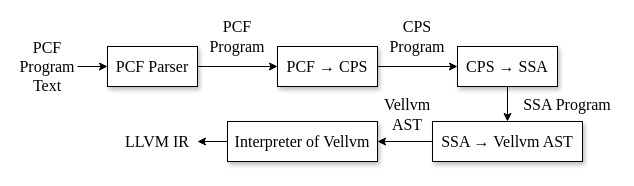
The draw.io diagram tase23/overview.drawio in ABigDoge/MyDiagrams, before the edit. Source tidied: cells renumbered, new cells numbered last; positions are measured from the earlier drawing's top-left corner, leaving out a move shared by most shapes. Both pictures are drawn from the tidied source at 100%, with x=0, y=0 at pixel (17, 21).
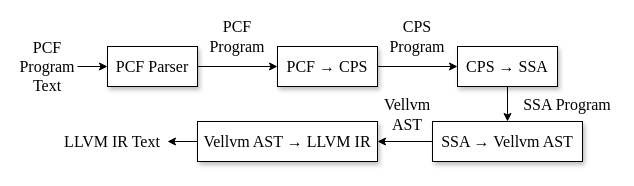
The same page after the edit.

Change to the diagram source:
```diff
@@
 <mxGraphModel>
   <root>
     <mxCell id="0" />
     <mxCell id="1" parent="0" />
     <mxCell id="2" style="edgeStyle=orthogonalEdgeStyle;rounded=0;jettySize=auto;html=1;fontFamily=Times New Roman;fontSize=16;fontColor=#000000;" parent="1" edge="1" source="3" target="5">
       <mxGeometry relative="1" as="geometry" />
     </mxCell>
     <mxCell id="3" value="PCF Parser" style="rounded=0;whiteSpace=wrap;html=1;labelBackgroundColor=#ffffff;fontFamily=Times New Roman;fontSize=16;fontColor=#000000;shadow=1;" parent="1" vertex="1">
       <mxGeometry x="90" y="25" width="90" height="40" as="geometry" />
     </mxCell>
     <mxCell id="4" style="edgeStyle=orthogonalEdgeStyle;rounded=0;jettySize=auto;html=1;fontFamily=Times New Roman;fontSize=16;fontColor=#000000;" parent="1" edge="1" source="5" target="7">
       <mxGeometry relative="1" as="geometry" />
     </mxCell>
     <mxCell id="5" value="PCF&amp;nbsp;→ CPS" style="rounded=0;whiteSpace=wrap;html=1;labelBackgroundColor=#ffffff;fontFamily=Times New Roman;fontSize=16;fontColor=#000000;shadow=1;" parent="1" vertex="1">
       <mxGeometry x="260" y="25" width="100" height="40" as="geometry" />
     </mxCell>
     <mxCell id="6" style="edgeStyle=orthogonalEdgeStyle;rounded=0;jettySize=auto;html=1;fontFamily=Times New Roman;fontSize=16;fontColor=#000000;" parent="1" edge="1" source="7" target="9">
       <mxGeometry relative="1" as="geometry" />
     </mxCell>
     <mxCell id="7" value="CPS → SSA" style="rounded=0;whiteSpace=wrap;html=1;labelBackgroundColor=#ffffff;fontFamily=Times New Roman;fontSize=16;fontColor=#000000;shadow=1;" parent="1" vertex="1">
       <mxGeometry x="440" y="25" width="100" height="40" as="geometry" />
     </mxCell>
     <mxCell id="8" style="edgeStyle=orthogonalEdgeStyle;rounded=0;jettySize=auto;html=1;fontFamily=Times New Roman;fontSize=16;fontColor=#000000;" parent="1" edge="1" source="9" target="11">
       <mxGeometry relative="1" as="geometry" />
     </mxCell>
     <mxCell id="9" value="SSA → Vellvm AST" style="rounded=0;whiteSpace=wrap;html=1;labelBackgroundColor=#ffffff;fontFamily=Times New Roman;fontSize=16;fontColor=#000000;shadow=1;" parent="1" vertex="1">
       <mxGeometry x="415" y="100" width="150" height="40" as="geometry" />
     </mxCell>
     <mxCell id="10" style="edgeStyle=orthogonalEdgeStyle;rounded=0;jettySize=auto;html=1;fontFamily=Times New Roman;fontSize=16;fontColor=#000000;" parent="1" edge="1" source="11" target="14">
       <mxGeometry relative="1" as="geometry" />
     </mxCell>
-    <mxCell id="11" value="Interpreter of Vellvm" style="rounded=0;whiteSpace=wrap;html=1;labelBackgroundColor=#ffffff;fontFamily=Times New Roman;fontSize=16;fontColor=#000000;shadow=1;" parent="1" vertex="1">
-      <mxGeometry x="210" y="100" width="150" height="40" as="geometry" />
+    <mxCell id="11" value="Vellvm AST →&amp;nbsp;LLVM IR" style="rounded=0;whiteSpace=wrap;html=1;labelBackgroundColor=#ffffff;fontFamily=Times New Roman;fontSize=16;fontColor=#000000;shadow=1;" parent="1" vertex="1">
+      <mxGeometry x="180" y="100" width="180" height="40" as="geometry" />
     </mxCell>
     <mxCell id="12" style="edgeStyle=orthogonalEdgeStyle;rounded=0;jettySize=auto;html=1;fontFamily=Times New Roman;fontSize=16;fontColor=#000000;" parent="1" edge="1" source="13" target="3">
       <mxGeometry relative="1" as="geometry" />
     </mxCell>
     <mxCell id="13" value="PCF Program Text" style="text;html=1;strokeColor=none;fillColor=none;align=center;verticalAlign=middle;whiteSpace=wrap;rounded=0;fontSize=16;fontFamily=Times New Roman;fontColor=#000000;" parent="1" vertex="1">
       <mxGeometry y="30" width="60" height="30" as="geometry" />
     </mxCell>
-    <mxCell id="14" value="LLVM IR" style="text;html=1;strokeColor=none;fillColor=none;align=center;verticalAlign=middle;whiteSpace=wrap;rounded=0;fontSize=16;fontFamily=Times New Roman;fontColor=#000000;" parent="1" vertex="1">
-      <mxGeometry x="100" y="105" width="80" height="30" as="geometry" />
+    <mxCell id="14" value="LLVM IR Text" style="text;html=1;strokeColor=none;fillColor=none;align=center;verticalAlign=middle;whiteSpace=wrap;rounded=0;fontSize=16;fontFamily=Times New Roman;fontColor=#000000;" parent="1" vertex="1">
+      <mxGeometry x="40" y="105" width="110" height="30" as="geometry" />
     </mxCell>
     <mxCell id="15" value="PCF Program" style="text;html=1;strokeColor=none;fillColor=none;align=center;verticalAlign=middle;whiteSpace=wrap;rounded=0;fontSize=16;fontFamily=Times New Roman;fontColor=#000000;" parent="1" vertex="1">
       <mxGeometry x="190" width="60" height="30" as="geometry" />
     </mxCell>
     <mxCell id="16" value="CPS Program" style="text;html=1;strokeColor=none;fillColor=none;align=center;verticalAlign=middle;whiteSpace=wrap;rounded=0;fontSize=16;fontFamily=Times New Roman;fontColor=#000000;" parent="1" vertex="1">
       <mxGeometry x="370" y="7.5" width="60" height="15" as="geometry" />
     </mxCell>
     <mxCell id="17" value="SSA Program" style="text;html=1;strokeColor=none;fillColor=none;align=center;verticalAlign=middle;whiteSpace=wrap;rounded=0;fontSize=16;fontFamily=Times New Roman;fontColor=#000000;" parent="1" vertex="1">
       <mxGeometry x="500" y="75" width="100" height="15" as="geometry" />
     </mxCell>
     <mxCell id="18" value="Vellvm AST" style="text;html=1;strokeColor=none;fillColor=none;align=center;verticalAlign=middle;whiteSpace=wrap;rounded=0;fontSize=16;fontFamily=Times New Roman;fontColor=#000000;" parent="1" vertex="1">
       <mxGeometry x="350" y="85" width="80" height="15" as="geometry" />
     </mxCell>
   </root>
 </mxGraphModel>
```
